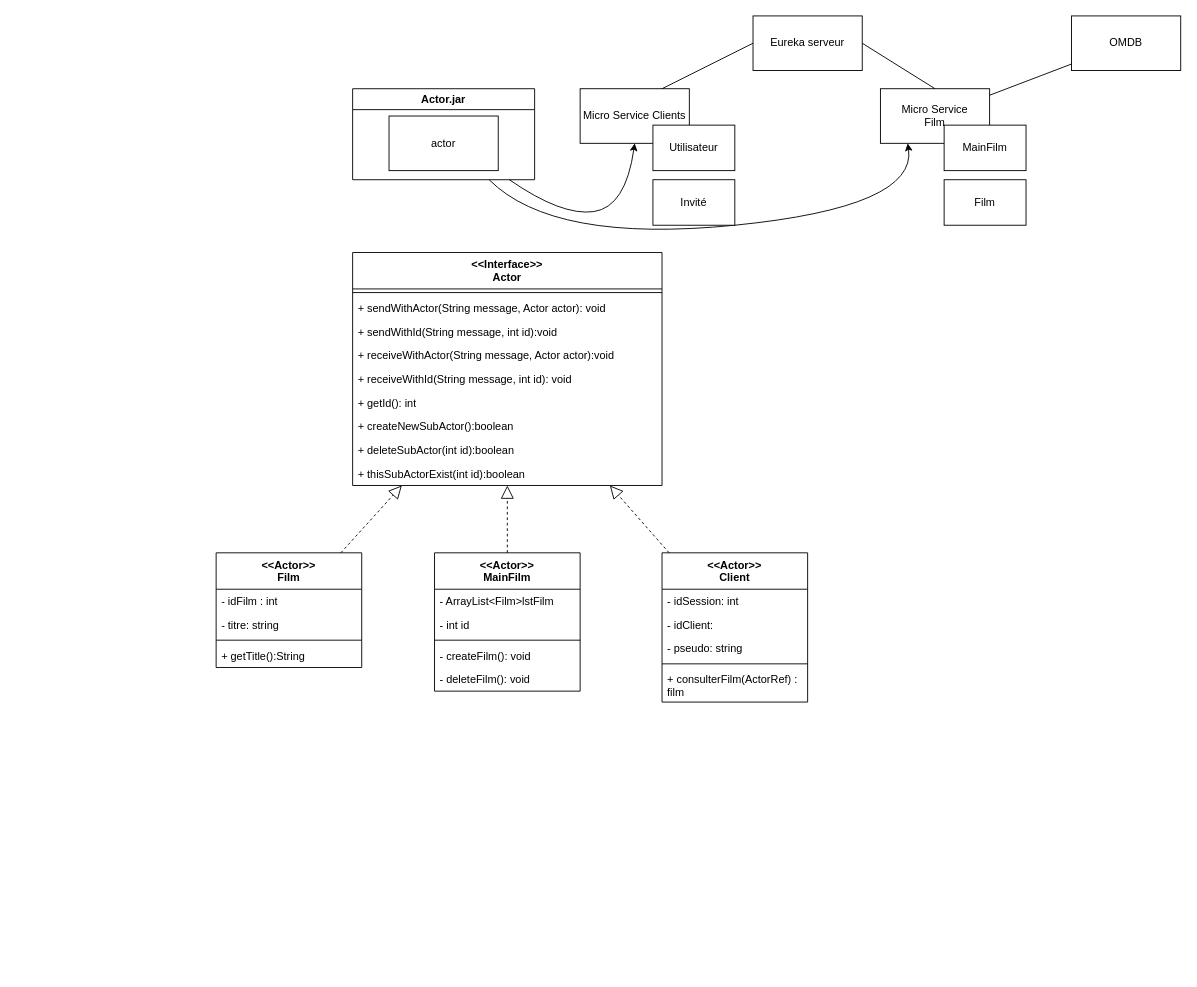
Before: documents/structure.drawio in Elgoogko/ProjetJEE, a draw.io diagram. Source tidied: cells renumbered, new cells numbered last; positions are measured from the earlier drawing's top-left corner, leaving out a move shared by most shapes. Both pictures are drawn from the tidied source at 91%, with x=0, y=0 at pixel (216, 15).
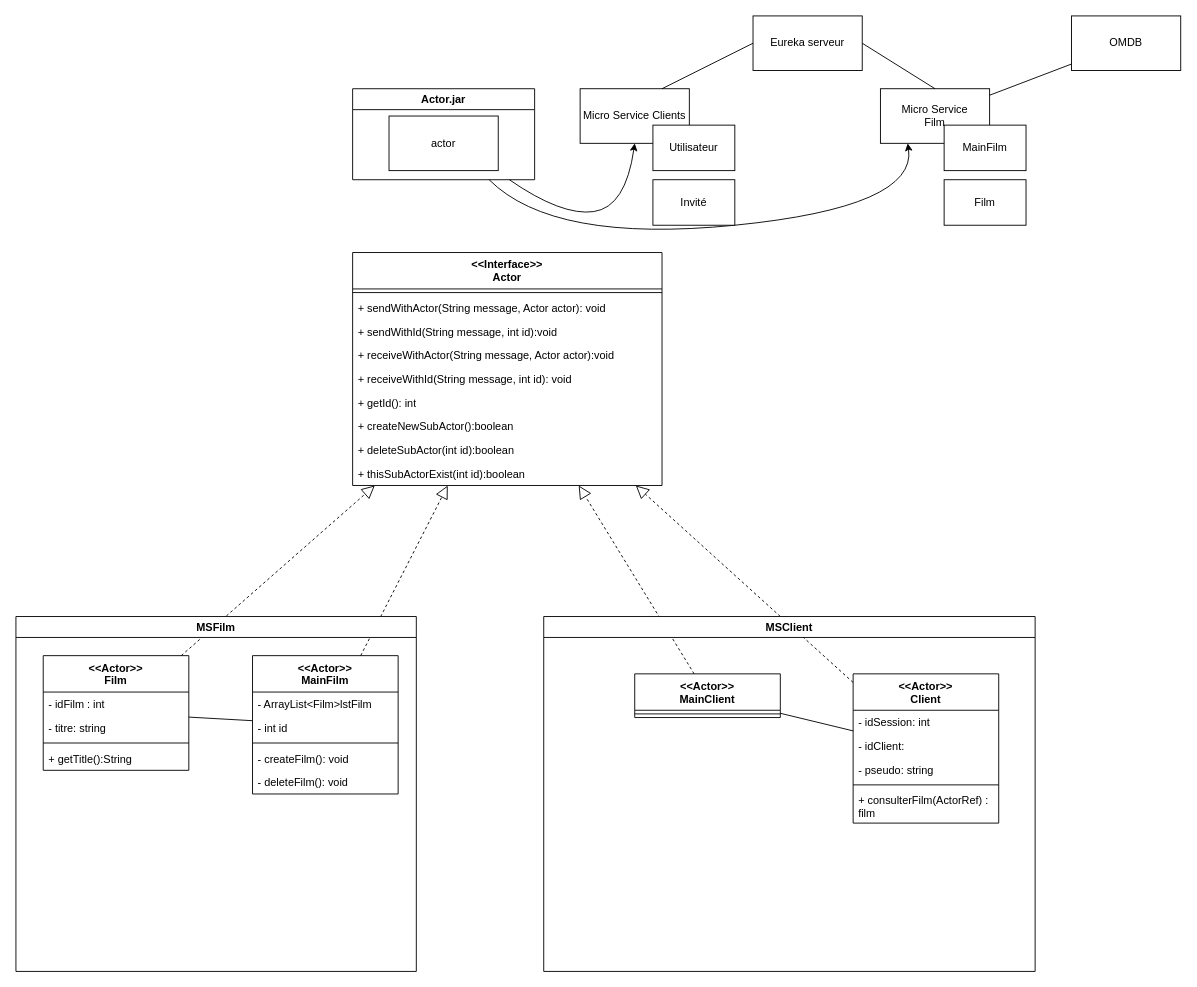
Above is the later version.

Commit message (it also covers changes not shown here):
Update : add DOE, Film, Main FIlm class to MSFILM + animation.bat for compile.bat and start.bat + todo

The change refers to these unchanged cells:
```xml
<mxCell id="13" value="&lt;div&gt;&amp;lt;&amp;lt;Interface&amp;gt;&amp;gt;&lt;/div&gt;Actor" style="swimlane;fontStyle=1;align=center;verticalAlign=top;horizontal=1;startSize=40;whiteSpace=wrap;html=1;" parent="1" vertex="1">
  <mxGeometry x="150" y="260" width="340" height="256" as="geometry" />
</mxCell>
```

Change to the diagram source:
```diff
@@
     <mxCell id="23" value="&lt;div&gt;&amp;lt;&amp;lt;Actor&amp;gt;&amp;gt;&lt;/div&gt;Client" style="swimlane;fontStyle=1;align=center;verticalAlign=top;horizontal=1;startSize=40;whiteSpace=wrap;html=1;" parent="1" vertex="1">
-      <mxGeometry x="490" y="590" width="160" height="164" as="geometry" />
+      <mxGeometry x="700" y="723" width="160" height="164" as="geometry" />
     </mxCell>
@@
     <mxCell id="30" value="&lt;div&gt;&amp;lt;&amp;lt;Actor&amp;gt;&amp;gt;&lt;/div&gt;MainFilm" style="swimlane;fontStyle=1;align=center;verticalAlign=top;horizontal=1;startSize=40;whiteSpace=wrap;html=1;" parent="1" vertex="1">
-      <mxGeometry x="240" y="590" width="160" height="152" as="geometry" />
+      <mxGeometry x="40" y="703" width="160" height="152" as="geometry" />
     </mxCell>
@@
     <mxCell id="37" value="&lt;div&gt;&amp;lt;&amp;lt;Actor&amp;gt;&amp;gt;&lt;/div&gt;Film" style="swimlane;fontStyle=1;align=center;verticalAlign=top;horizontal=1;startSize=40;whiteSpace=wrap;html=1;" parent="1" vertex="1">
-      <mxGeometry y="590" width="160" height="126" as="geometry" />
+      <mxGeometry x="-190" y="703" width="160" height="126" as="geometry" />
     </mxCell>
@@
+    <mxCell id="47" style="endArrow=none;html=1;" parent="1" edge="1" source="37" target="30">
+      <mxGeometry relative="1" as="geometry" />
+    </mxCell>
+    <mxCell id="48" value="MSFilm" style="swimlane;whiteSpace=wrap;html=1;" parent="1" vertex="1">
+      <mxGeometry x="-220" y="660" width="440" height="390" as="geometry" />
+    </mxCell>
+    <mxCell id="49" value="&lt;div&gt;&amp;lt;&amp;lt;Actor&amp;gt;&amp;gt;&lt;/div&gt;MainClient" style="swimlane;fontStyle=1;align=center;verticalAlign=top;horizontal=1;startSize=40;whiteSpace=wrap;html=1;" parent="1" vertex="1">
+      <mxGeometry x="460" y="723" width="160" height="48" as="geometry" />
+    </mxCell>
+    <mxCell id="50" style="line;strokeWidth=1;fillColor=none;align=left;verticalAlign=middle;spacingTop=-1;spacingLeft=3;spacingRight=3;labelPosition=right;strokeColor=inherit;" parent="49" vertex="1">
+      <mxGeometry y="40" width="160" height="8" as="geometry" />
+    </mxCell>
+    <mxCell id="51" style="endArrow=block;dashed=1;endFill=0;endSize=12;html=1;" parent="1" edge="1" source="49" target="13">
+      <mxGeometry relative="1" as="geometry" />
+    </mxCell>
+    <mxCell id="52" style="endArrow=none;html=1;" parent="1" edge="1" source="23" target="49">
+      <mxGeometry relative="1" as="geometry" />
+    </mxCell>
+    <mxCell id="53" value="MSClient" style="swimlane;whiteSpace=wrap;html=1;" parent="1" vertex="1">
+      <mxGeometry x="360" y="660" width="540" height="390" as="geometry" />
+    </mxCell>
```
